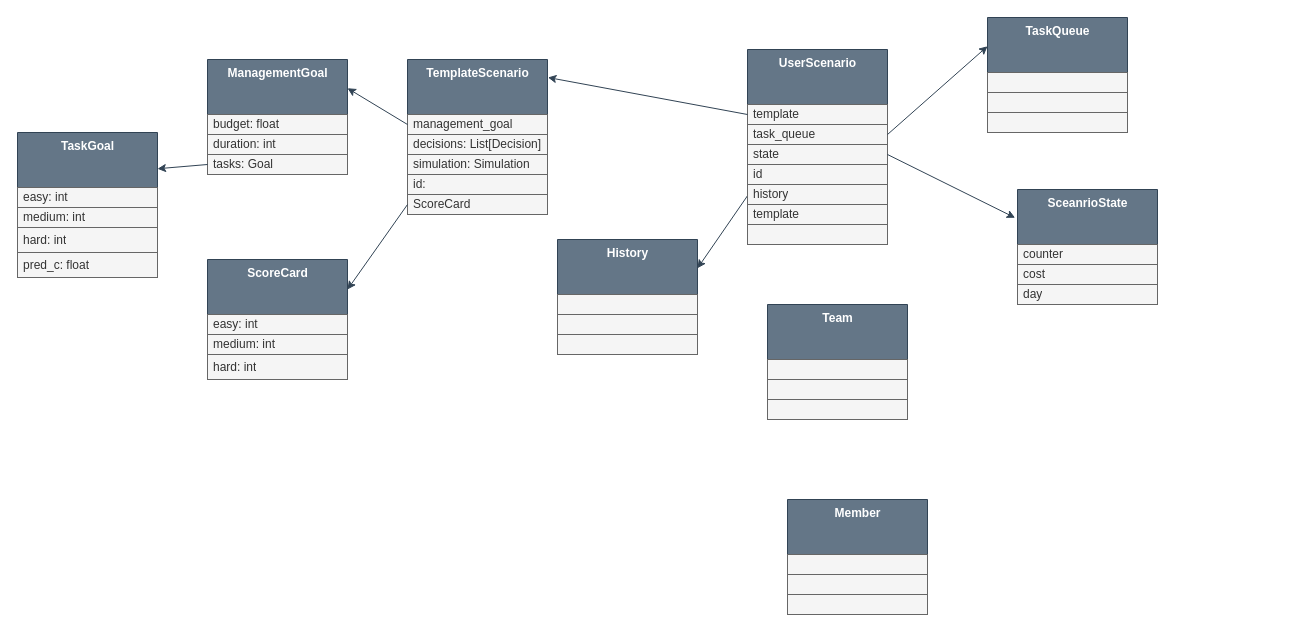
The draw.io diagram graphics/class_diagram.drawio in othshine/softDsim, before the edit. Source tidied: cells renumbered, new cells numbered last; positions are measured from the earlier drawing's top-left corner, leaving out a move shared by most shapes. Both pictures are drawn from the tidied source at 100%, with x=0, y=0 at pixel (17, 17).
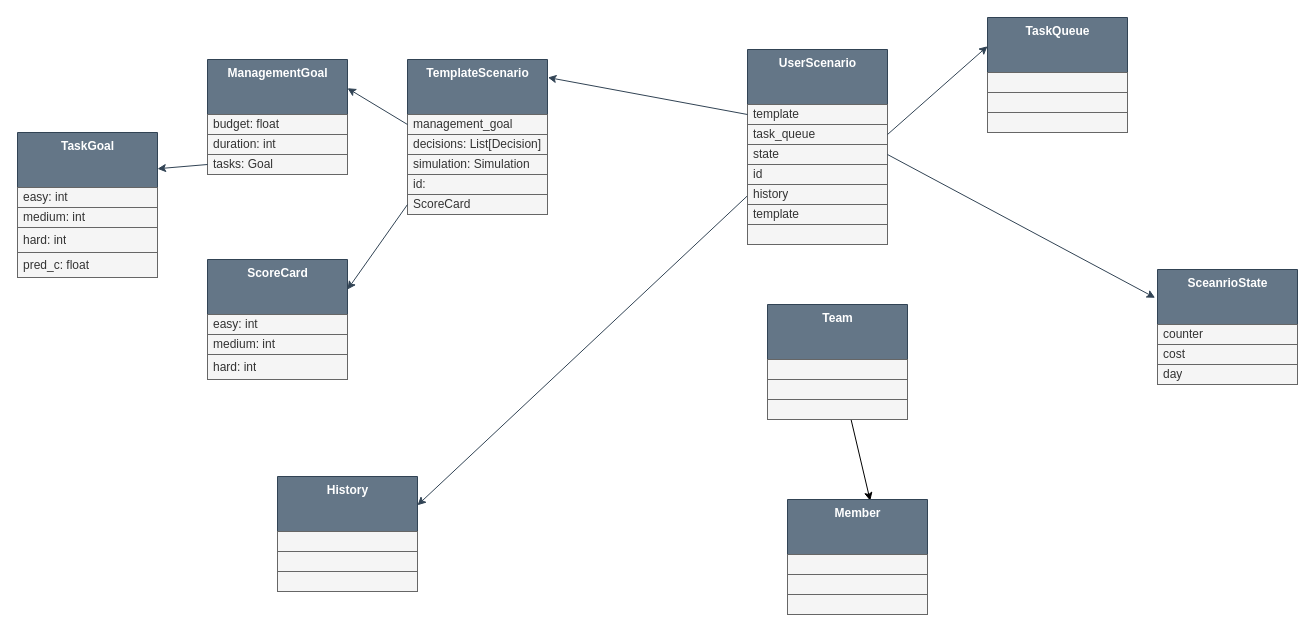
The same diagram, later.

Commit message:
wip class diagram

The change refers to these unchanged cells:
```xml
<mxCell id="48" value="&lt;b&gt;Team&lt;/b&gt;" style="swimlane;fontStyle=0;align=center;verticalAlign=top;horizontal=1;startSize=55;html=1;fillColor=#647687;strokeColor=#314354;fontColor=#ffffff;" parent="1" vertex="1">
  <mxGeometry x="750" y="287" width="140" height="115" as="geometry" />
</mxCell>
<mxCell id="52" value="&lt;b&gt;Member&lt;br&gt;&lt;br&gt;&lt;/b&gt;" style="swimlane;fontStyle=0;align=center;verticalAlign=top;horizontal=1;startSize=55;html=1;fillColor=#647687;strokeColor=#314354;fontColor=#ffffff;" parent="1" vertex="1">
  <mxGeometry x="770" y="482" width="140" height="115" as="geometry" />
</mxCell>
```

Diff of the diagram source:
```diff
@@
     <mxCell id="39" value="&lt;b&gt;SceanrioState&lt;/b&gt;" style="swimlane;fontStyle=0;align=center;verticalAlign=top;horizontal=1;startSize=55;html=1;fillColor=#647687;strokeColor=#314354;fontColor=#ffffff;" parent="1" vertex="1">
-      <mxGeometry x="1000" y="172" width="140" height="115" as="geometry" />
+      <mxGeometry x="1140" y="252" width="140" height="115" as="geometry" />
     </mxCell>
@@
     <mxCell id="44" value="&lt;b&gt;History&lt;/b&gt;" style="swimlane;fontStyle=0;align=center;verticalAlign=top;horizontal=1;startSize=55;html=1;fillColor=#647687;strokeColor=#314354;fontColor=#ffffff;" parent="1" vertex="1">
-      <mxGeometry x="540" y="222" width="140" height="115" as="geometry" />
+      <mxGeometry x="260" y="459" width="140" height="115" as="geometry" />
     </mxCell>
@@
+    <mxCell id="56" style="edgeStyle=none;html=1;entryX=0.591;entryY=0.011;entryDx=0;entryDy=0;entryPerimeter=0;" parent="1" edge="1" source="48" target="52">
+      <mxGeometry relative="1" as="geometry" />
+    </mxCell>
```
